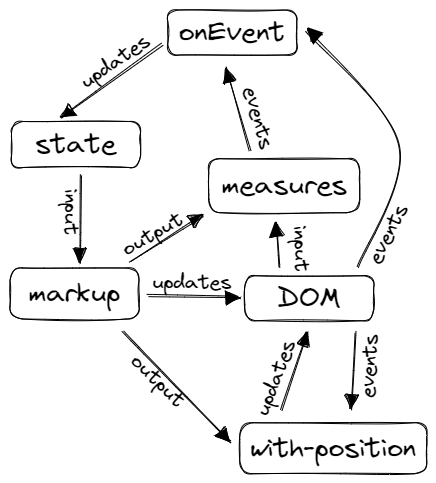
Above: diagram.excalidraw.png in rodinhart/abstractui (Excalidraw), before the change. Source tidied: one line per element, renumbered; positions are measured from the earlier drawing's top-left corner, leaving out a move shared by most shapes.
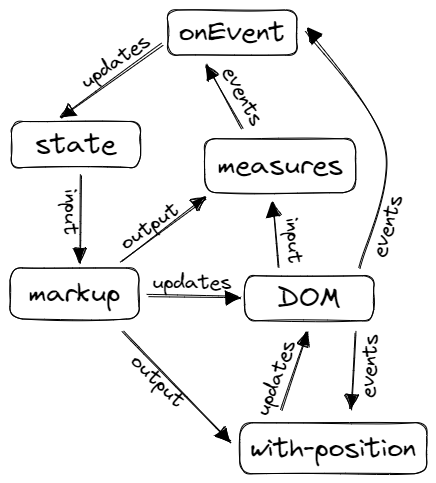
The same diagram one commit later.

What changed in the source:
```diff
@@ -6,27 +6,27 @@
 {"id": 5, "type": "rectangle", "strokeColor": "#000000", "strokeWidth": 1, "roughness": 1, "round": true, "x": 235, "y": 266, "width": 129, "height": 45}
 {"id": 6, "type": "text", "text": "DOM", "strokeColor": "#000000", "strokeWidth": 1, "roughness": 1, "fontSize": 28, "fontFamily": 1, "textAlign": "center", "verticalAlign": "middle", "inside": 5, "x": 266, "y": 271, "width": 66, "height": 35}
 {"id": 7, "type": "arrow", "strokeColor": "#000000", "strokeWidth": 1, "roughness": 1, "endArrowhead": "triangle", "round": true, "from": 2, "to": 5, "x": 137, "y": 285, "width": 91, "height": 1, "points": [[0, 0], [91, 1]]}
-{"id": 8, "type": "rectangle", "strokeColor": "#000000", "strokeWidth": 1, "roughness": 1, "round": true, "x": 199, "y": 149, "width": 151, "height": 54}
+{"id": 8, "type": "rectangle", "strokeColor": "#000000", "strokeWidth": 1, "roughness": 1, "round": true, "x": 195, "y": 129, "width": 151, "height": 54}
-{"id": 9, "type": "text", "text": "measures", "strokeColor": "#000000", "strokeWidth": 1, "roughness": 1, "fontSize": 28, "fontFamily": 1, "textAlign": "center", "verticalAlign": "middle", "inside": 8, "x": 211, "y": 158, "width": 127, "height": 35}
+{"id": 9, "type": "text", "text": "measures", "strokeColor": "#000000", "strokeWidth": 1, "roughness": 1, "fontSize": 28, "fontFamily": 1, "textAlign": "center", "verticalAlign": "middle", "inside": 8, "x": 207, "y": 138, "width": 127, "height": 35}
-{"id": 10, "type": "arrow", "strokeColor": "#000000", "strokeWidth": 1, "roughness": 1, "endArrowhead": "triangle", "round": true, "from": 2, "to": 8, "x": 120, "y": 252, "width": 74, "height": 45, "points": [[0, 0], [74, -45]]}
+{"id": 10, "type": "arrow", "strokeColor": "#000000", "strokeWidth": 1, "roughness": 1, "endArrowhead": "triangle", "round": true, "from": 2, "to": 8, "x": 111, "y": 252, "width": 85, "height": 63, "points": [[0, 0], [85, -63]]}
 {"id": 11, "type": "rectangle", "strokeColor": "#000000", "strokeWidth": 1, "roughness": 1, "round": true, "x": 230, "y": 413, "width": 187, "height": 51}
 {"id": 12, "type": "text", "text": "with-position", "strokeColor": "#000000", "strokeWidth": 1, "roughness": 1, "fontSize": 28, "fontFamily": 1, "textAlign": "center", "verticalAlign": "middle", "inside": 11, "x": 239, "y": 421, "width": 168, "height": 35}
 {"id": 13, "type": "arrow", "strokeColor": "#000000", "strokeWidth": 1, "roughness": 1, "endArrowhead": "triangle", "round": true, "from": 2, "to": 11, "x": 113, "y": 320, "width": 109, "height": 112, "points": [[0, 0], [109, 112]]}
-{"id": 14, "type": "arrow", "strokeColor": "#000000", "strokeWidth": 1, "roughness": 1, "endArrowhead": "triangle", "round": true, "from": 5, "to": 8, "x": 269, "y": 257, "width": 3, "height": 43, "points": [[0, 0], [-3, -43]]}
+{"id": 14, "type": "arrow", "strokeColor": "#000000", "strokeWidth": 1, "roughness": 1, "endArrowhead": "triangle", "round": true, "from": 5, "to": 8, "x": 268, "y": 257, "width": 5, "height": 63, "points": [[0, 0], [-5, -63]]}
 {"id": 15, "type": "arrow", "strokeColor": "#000000", "strokeWidth": 1, "roughness": 1, "endArrowhead": "triangle", "round": true, "from": 5, "to": 11, "x": 345, "y": 322, "width": 4, "height": 78, "points": [[0, 0], [-4, 78]]}
 {"id": 16, "type": "arrow", "strokeColor": "#000000", "strokeWidth": 1, "roughness": 1, "endArrowhead": "triangle", "round": true, "from": 11, "to": 5, "x": 272, "y": 400, "width": 26, "height": 78, "points": [[0, 0], [26, -78]]}
 {"id": 17, "type": "rectangle", "strokeColor": "#000000", "strokeWidth": 1, "roughness": 1, "round": true, "x": 158, "y": 0, "width": 129, "height": 45}
 {"id": 18, "type": "text", "text": "onEvent", "strokeColor": "#000000", "strokeWidth": 1, "roughness": 1, "fontSize": 28, "fontFamily": 1, "textAlign": "center", "verticalAlign": "middle", "inside": 17, "x": 168, "y": 5, "width": 108, "height": 35}
 {"id": 19, "type": "arrow", "strokeColor": "#000000", "strokeWidth": 1, "roughness": 1, "endArrowhead": "triangle", "round": true, "from": 17, "to": 0, "x": 153, "y": 34, "width": 100, "height": 73, "points": [[0, 0], [-100, 73]]}
-{"id": 20, "type": "arrow", "strokeColor": "#000000", "strokeWidth": 1, "roughness": 1, "endArrowhead": "triangle", "round": true, "from": 8, "to": 17, "x": 240, "y": 140, "width": 25, "height": 84, "points": [[0, 0], [-25, -84]]}
+{"id": 20, "type": "arrow", "strokeColor": "#000000", "strokeWidth": 1, "roughness": 1, "endArrowhead": "triangle", "round": true, "from": 8, "to": 17, "x": 233, "y": 118, "width": 37, "height": 65, "points": [[0, 0], [-37, -65]]}
-{"id": 21, "type": "arrow", "strokeColor": "#000000", "strokeWidth": 1, "roughness": 1, "endArrowhead": "triangle", "round": true, "from": 5, "to": 17, "x": 348, "y": 257, "width": 92, "height": 236, "points": [[0, 0], [40, -121], [-52, -236]]}
+{"id": 21, "type": "arrow", "strokeColor": "#000000", "strokeWidth": 1, "roughness": 1, "endArrowhead": "triangle", "round": true, "from": 5, "to": 17, "x": 350, "y": 258, "width": 78, "height": 237, "points": [[0, 0], [24, -121], [-54, -237]]}
 {"id": 22, "type": "text", "text": "updates", "strokeColor": "#000000", "angle": 5.67, "strokeWidth": 1, "roughness": 1, "fontSize": 20, "fontFamily": 1, "x": 65, "y": 38, "width": 81, "height": 25}
 {"id": 23, "type": "text", "text": "input", "strokeColor": "#000000", "angle": 1.57, "strokeWidth": 1, "roughness": 1, "fontSize": 20, "fontFamily": 1, "x": 36, "y": 191, "width": 48, "height": 25}
 {"id": 24, "type": "text", "text": "output", "strokeColor": "#000000", "angle": 0.77, "strokeWidth": 1, "roughness": 1, "fontSize": 20, "fontFamily": 1, "x": 114, "y": 359, "width": 68, "height": 25}
 {"id": 25, "type": "text", "text": "updates", "strokeColor": "#000000", "strokeWidth": 1, "roughness": 1, "fontSize": 20, "fontFamily": 1, "x": 142, "y": 260, "width": 81, "height": 25}
-{"id": 26, "type": "text", "text": "output", "strokeColor": "#000000", "angle": 5.76, "strokeWidth": 1, "roughness": 1, "fontSize": 20, "fontFamily": 1, "x": 109, "y": 211, "width": 68, "height": 25}
+{"id": 26, "type": "text", "text": "output", "strokeColor": "#000000", "angle": 5.68, "strokeWidth": 1, "roughness": 1, "fontSize": 20, "fontFamily": 1, "x": 106, "y": 203, "width": 68, "height": 25}
 {"id": 27, "type": "text", "text": "updates", "strokeColor": "#000000", "angle": 5.07, "strokeWidth": 1, "roughness": 1, "fontSize": 20, "fontFamily": 1, "x": 225, "y": 354, "width": 81, "height": 25}
 {"id": 28, "type": "text", "text": "events", "strokeColor": "#000000", "angle": 4.77, "strokeWidth": 1, "roughness": 1, "fontSize": 20, "fontFamily": 1, "x": 326, "y": 342, "width": 66, "height": 25}
-{"id": 29, "type": "text", "text": "events", "strokeColor": "#000000", "angle": 1.29, "strokeWidth": 1, "roughness": 1, "fontSize": 20, "fontFamily": 1, "x": 215, "y": 96, "width": 66, "height": 25}
+{"id": 29, "type": "text", "text": "events", "strokeColor": "#000000", "angle": 1.07, "strokeWidth": 1, "roughness": 1, "fontSize": 20, "fontFamily": 1, "x": 200, "y": 74, "width": 66, "height": 25}
-{"id": 30, "type": "text", "text": "input", "strokeColor": "#000000", "angle": 1.53, "strokeWidth": 1, "roughness": 1, "fontSize": 20, "fontFamily": 1, "x": 266, "y": 227, "width": 48, "height": 25}
+{"id": 30, "type": "text", "text": "input", "strokeColor": "#000000", "angle": 1.49, "strokeWidth": 1, "roughness": 1, "fontSize": 20, "fontFamily": 1, "x": 259, "y": 219, "width": 48, "height": 25}
-{"id": 31, "type": "text", "text": "events", "strokeColor": "#000000", "angle": 5.18, "strokeWidth": 1, "roughness": 1, "fontSize": 20, "fontFamily": 1, "x": 345, "y": 210, "width": 66, "height": 25}
+{"id": 31, "type": "text", "text": "events", "strokeColor": "#000000", "angle": 5.0, "strokeWidth": 1, "roughness": 1, "fontSize": 20, "fontFamily": 1, "x": 344, "y": 202, "width": 66, "height": 25}
```
